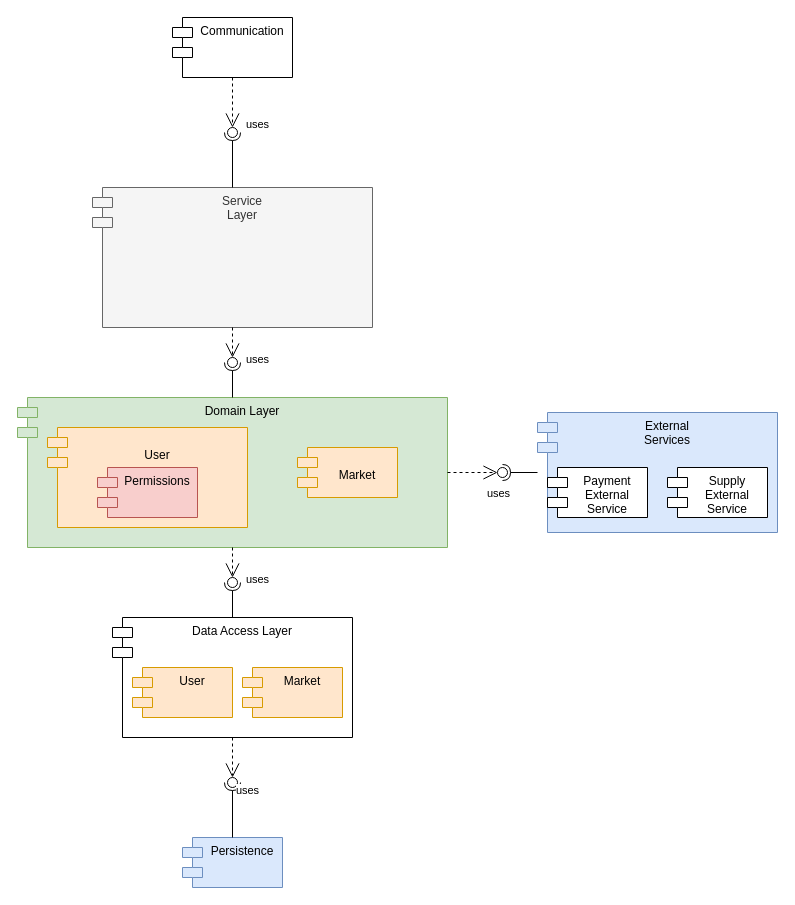
This is page "Component Diagram" (2 of 3) of Workshop.drawio from itaitzruia4/Workshop, a draw.io file, before an edit. Source tidied: cells renumbered, new cells numbered last; positions are measured from the earlier drawing's top-left corner, leaving out a move shared by most shapes. Both pictures are drawn from the tidied source at 100%, with x=0, y=0 at pixel (17, 17).
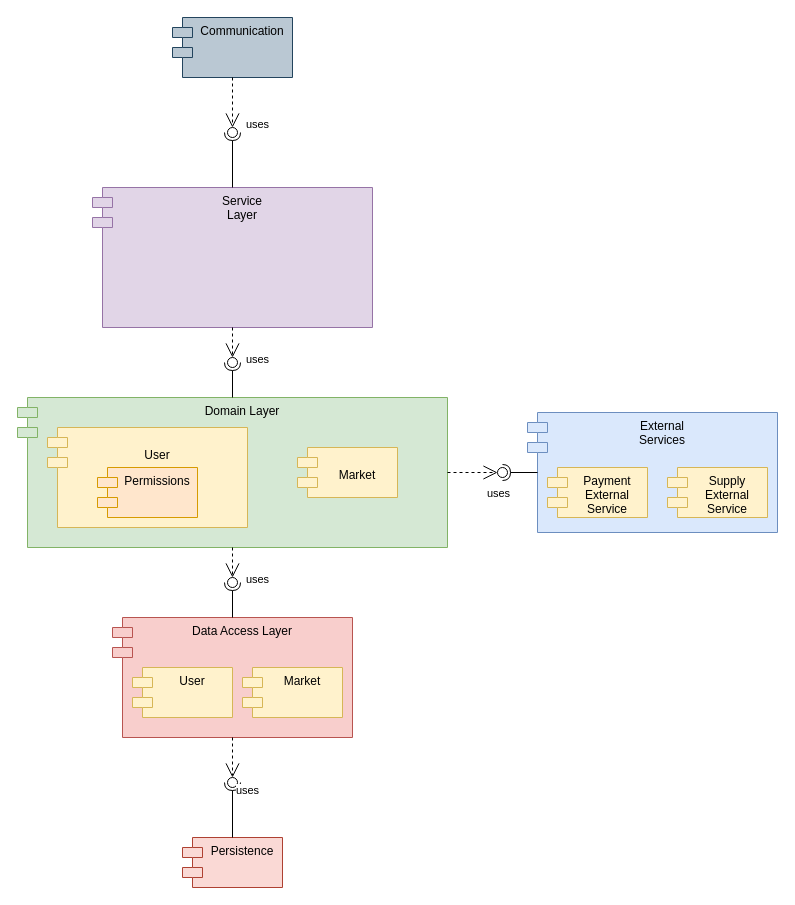
The same page after the edit.

Commit message:
Changed component diagram colors

The change refers to these unchanged cells:
```xml
<mxCell id="12" style="group;" parent="1" vertex="1">
  <mxGeometry x="30" y="410" width="200" height="100" as="geometry" />
</mxCell>
<mxCell id="27" style="ellipse;whiteSpace=wrap;html=1;align=center;points=[];outlineConnect=0;sketch=0;" parent="1" vertex="1">
  <mxGeometry x="480" y="450" width="10" height="10" as="geometry" />
</mxCell>
```

The edit, as a diff of the source:
```diff
@@
-    <mxCell id="2" value="Data Access Layer" style="shape=module;align=left;spacingLeft=20;align=center;verticalAlign=top;" parent="1" vertex="1">
+    <mxCell id="2" value="Data Access Layer" style="shape=module;align=left;spacingLeft=20;align=center;verticalAlign=top;fillColor=#f8cecc;strokeColor=#b85450;" parent="1" vertex="1">
       <mxGeometry x="95" y="600" width="240" height="120" as="geometry" />
     </mxCell>
@@
-    <mxCell id="4" value="&#10;Market" style="shape=module;align=left;spacingLeft=20;align=center;verticalAlign=top;fillColor=#ffe6cc;strokeColor=#d79b00;" parent="1" vertex="1">
+    <mxCell id="4" value="&#10;Market" style="shape=module;align=left;spacingLeft=20;align=center;verticalAlign=top;fillColor=#fff2cc;strokeColor=#d6b656;" parent="1" vertex="1">
       <mxGeometry x="280" y="430" width="100" height="50" as="geometry" />
     </mxCell>
-    <mxCell id="5" value="Service&#10;Layer" style="shape=module;align=left;spacingLeft=20;align=center;verticalAlign=top;fillColor=#f5f5f5;strokeColor=#666666;fontColor=#333333;" parent="1" vertex="1">
+    <mxCell id="5" value="Service&#10;Layer" style="shape=module;align=left;spacingLeft=20;align=center;verticalAlign=top;fillColor=#e1d5e7;strokeColor=#9673a6;" parent="1" vertex="1">
       <mxGeometry x="75" y="170" width="280" height="140" as="geometry" />
     </mxCell>
-    <mxCell id="6" value="Persistence" style="shape=module;align=left;spacingLeft=20;align=center;verticalAlign=top;fillColor=#dae8fc;strokeColor=#6c8ebf;" parent="1" vertex="1">
+    <mxCell id="6" value="Persistence" style="shape=module;align=left;spacingLeft=20;align=center;verticalAlign=top;fillColor=#fad9d5;strokeColor=#ae4132;" parent="1" vertex="1">
       <mxGeometry x="165" y="820" width="100" height="50" as="geometry" />
     </mxCell>
     <mxCell id="7" value="External&#10;Services" style="shape=module;align=left;spacingLeft=20;align=center;verticalAlign=top;fillColor=#dae8fc;strokeColor=#6c8ebf;" parent="1" vertex="1">
-      <mxGeometry x="520" y="395" width="240" height="120" as="geometry" />
+      <mxGeometry x="510" y="395" width="250" height="120" as="geometry" />
     </mxCell>
@@
-    <mxCell id="13" value="&#10;User" style="shape=module;align=left;spacingLeft=20;align=center;verticalAlign=top;fillColor=#ffe6cc;strokeColor=#d79b00;" parent="12" vertex="1">
+    <mxCell id="13" value="&#10;User" style="shape=module;align=left;spacingLeft=20;align=center;verticalAlign=top;fillColor=#fff2cc;strokeColor=#d6b656;" parent="12" vertex="1">
       <mxGeometry width="200" height="100" as="geometry" />
     </mxCell>
-    <mxCell id="14" value="Permissions" style="shape=module;align=left;spacingLeft=20;align=center;verticalAlign=top;fillColor=#f8cecc;strokeColor=#b85450;" parent="12" vertex="1">
+    <mxCell id="14" value="Permissions" style="shape=module;align=left;spacingLeft=20;align=center;verticalAlign=top;fillColor=#ffe6cc;strokeColor=#d79b00;" parent="12" vertex="1">
       <mxGeometry x="50" y="40" width="100" height="50" as="geometry" />
     </mxCell>
-    <mxCell id="15" value="Market" style="shape=module;align=left;spacingLeft=20;align=center;verticalAlign=top;fillColor=#ffe6cc;strokeColor=#d79b00;" parent="1" vertex="1">
+    <mxCell id="15" value="Market" style="shape=module;align=left;spacingLeft=20;align=center;verticalAlign=top;fillColor=#fff2cc;strokeColor=#d6b656;" parent="1" vertex="1">
       <mxGeometry x="225" y="650" width="100" height="50" as="geometry" />
     </mxCell>
-    <mxCell id="16" value="User" style="shape=module;align=left;spacingLeft=20;align=center;verticalAlign=top;fillColor=#ffe6cc;strokeColor=#d79b00;" parent="1" vertex="1">
+    <mxCell id="16" value="User" style="shape=module;align=left;spacingLeft=20;align=center;verticalAlign=top;fillColor=#fff2cc;strokeColor=#d6b656;" parent="1" vertex="1">
       <mxGeometry x="115" y="650" width="100" height="50" as="geometry" />
     </mxCell>
-    <mxCell id="17" value="Communication" style="shape=module;align=left;spacingLeft=20;align=center;verticalAlign=top;" parent="1" vertex="1">
+    <mxCell id="17" value="Communication" style="shape=module;align=left;spacingLeft=20;align=center;verticalAlign=top;fillColor=#bac8d3;strokeColor=#23445d;" parent="1" vertex="1">
       <mxGeometry x="155" width="120" height="60" as="geometry" />
     </mxCell>
@@
-    <mxCell id="26" style="rounded=0;jettySize=auto;html=1;endArrow=halfCircle;endFill=0;entryX=0.5;entryY=0.5;endSize=6;strokeWidth=1;sketch=0;" parent="1" edge="1" source="7" target="27">
+    <mxCell id="26" style="rounded=0;jettySize=auto;html=1;endArrow=halfCircle;endFill=0;entryX=0.5;entryY=0.5;endSize=6;strokeWidth=1;sketch=0;exitX=0;exitY=0.5;exitDx=10;exitDy=0;exitPerimeter=0;" parent="1" edge="1" source="7" target="27">
       <mxGeometry relative="1" as="geometry" />
     </mxCell>
@@
-    <mxCell id="34" value="Payment&#10;External&#10;Service" style="shape=module;align=left;spacingLeft=20;align=center;verticalAlign=top;" parent="1" vertex="1">
+    <mxCell id="34" value="Payment&#10;External&#10;Service" style="shape=module;align=left;spacingLeft=20;align=center;verticalAlign=top;fillColor=#fff2cc;strokeColor=#d6b656;" parent="1" vertex="1">
       <mxGeometry x="530" y="450" width="100" height="50" as="geometry" />
     </mxCell>
-    <mxCell id="35" value="Supply&#10;External&#10;Service" style="shape=module;align=left;spacingLeft=20;align=center;verticalAlign=top;" parent="1" vertex="1">
+    <mxCell id="35" value="Supply&#10;External&#10;Service" style="shape=module;align=left;spacingLeft=20;align=center;verticalAlign=top;fillColor=#fff2cc;strokeColor=#d6b656;" parent="1" vertex="1">
       <mxGeometry x="650" y="450" width="100" height="50" as="geometry" />
     </mxCell>
```
